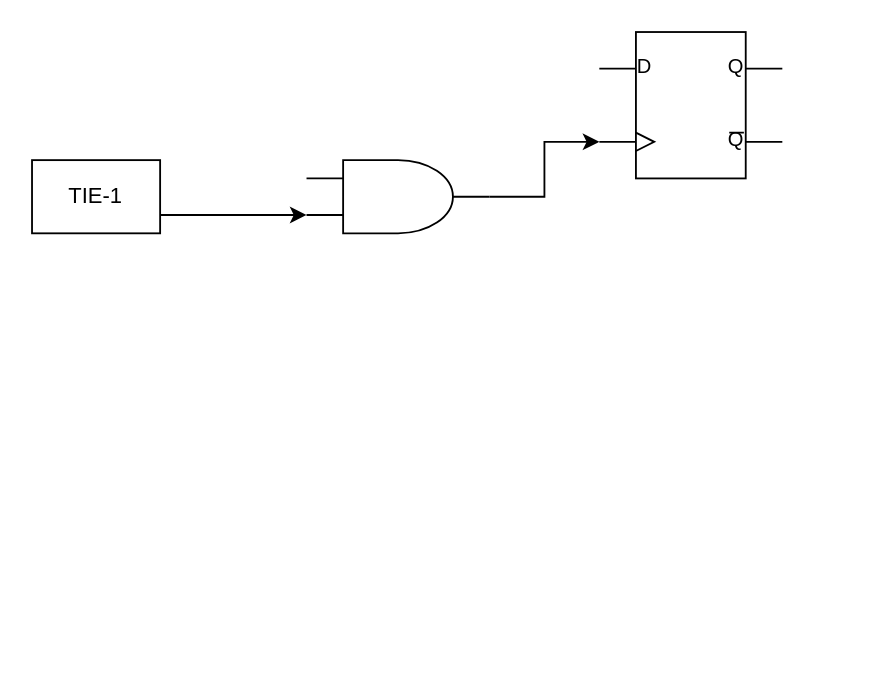
Above: Untitled Diagram.drawio in Gao-June/TCP_IP_network-programming (draw.io), before the change. Source tidied: cells renumbered, new cells numbered last; positions are measured from the earlier drawing's top-left corner, leaving out a move shared by most shapes. Both pictures are drawn from the tidied source at 183%, with x=0, y=0 at pixel (31, 31).
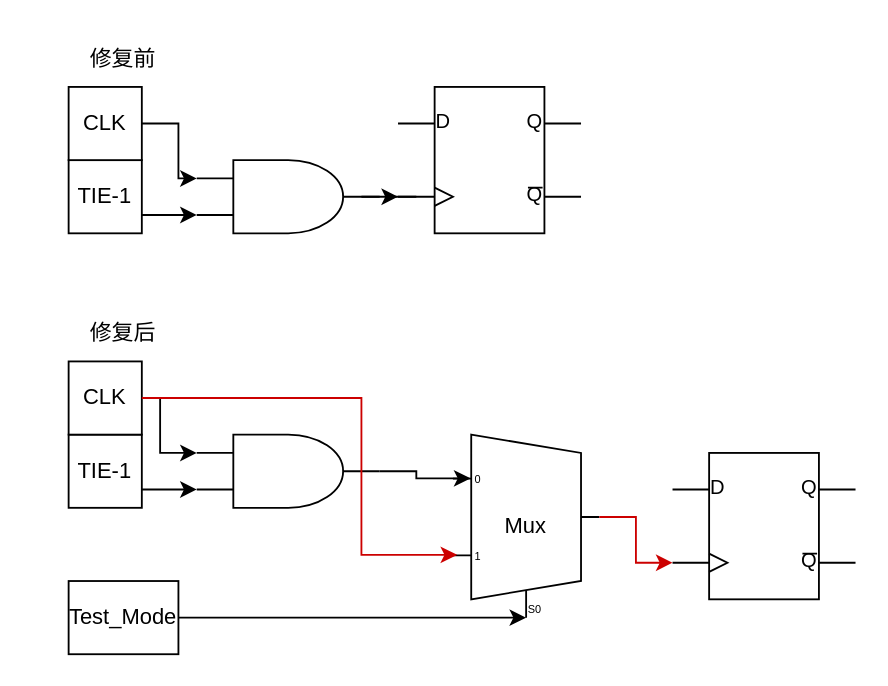
The same page after the edit.

Diff of the diagram source:
```diff
@@
     <mxCell id="2" style="verticalLabelPosition=bottom;shadow=0;dashed=0;align=center;html=1;verticalAlign=top;shape=mxgraph.electrical.logic_gates.logic_gate;operation=and;" parent="1" vertex="1">
-      <mxGeometry x="150" y="70" width="100" height="40" as="geometry" />
+      <mxGeometry x="90" y="70" width="100" height="40" as="geometry" />
     </mxCell>
     <mxCell id="3" style="verticalLabelPosition=bottom;shadow=0;dashed=0;align=center;html=1;verticalAlign=top;shape=mxgraph.electrical.logic_gates.d_type_flip-flop;" parent="1" vertex="1">
-      <mxGeometry x="310" width="100" height="80" as="geometry" />
+      <mxGeometry x="200" y="30" width="100" height="80" as="geometry" />
     </mxCell>
-    <mxCell id="4" style="edgeStyle=orthogonalEdgeStyle;rounded=0;jettySize=auto;html=1;entryX=0;entryY=0.75;entryDx=0;entryDy=0;entryPerimeter=0;" parent="1" edge="1" source="2" target="3">
-      <mxGeometry relative="1" as="geometry" />
-    </mxCell>
     <mxCell id="5" value="TIE-1" style="rounded=0;whiteSpace=wrap;html=1;" parent="1" vertex="1">
-      <mxGeometry y="70" width="70" height="40" as="geometry" />
+      <mxGeometry x="20" y="70" width="40" height="40" as="geometry" />
     </mxCell>
@@
+    <mxCell id="7" value="CLK" style="rounded=0;whiteSpace=wrap;html=1;" parent="1" vertex="1">
+      <mxGeometry x="20" y="30" width="40" height="40" as="geometry" />
+    </mxCell>
+    <mxCell id="8" style="edgeStyle=orthogonalEdgeStyle;rounded=0;jettySize=auto;html=1;entryX=0;entryY=0.25;entryDx=0;entryDy=0;entryPerimeter=0;" parent="1" edge="1" source="7" target="2">
+      <mxGeometry relative="1" as="geometry" />
+    </mxCell>
+    <mxCell id="4" style="edgeStyle=orthogonalEdgeStyle;rounded=0;jettySize=auto;html=1;entryX=0;entryY=0.75;entryDx=0;entryDy=0;entryPerimeter=0;" parent="1" edge="1" source="2" target="3">
+      <mxGeometry relative="1" as="geometry" />
+    </mxCell>
+    <mxCell id="9" value="修复前" style="text;html=1;align=center;verticalAlign=middle;whiteSpace=wrap;rounded=0;" parent="1" vertex="1">
+      <mxGeometry x="20" width="60" height="30" as="geometry" />
+    </mxCell>
+    <mxCell id="10" style="verticalLabelPosition=bottom;shadow=0;dashed=0;align=center;html=1;verticalAlign=top;shape=mxgraph.electrical.logic_gates.logic_gate;operation=and;" parent="1" vertex="1">
+      <mxGeometry x="90" y="220" width="100" height="40" as="geometry" />
+    </mxCell>
+    <mxCell id="11" style="verticalLabelPosition=bottom;shadow=0;dashed=0;align=center;html=1;verticalAlign=top;shape=mxgraph.electrical.logic_gates.d_type_flip-flop;" parent="1" vertex="1">
+      <mxGeometry x="350" y="230" width="100" height="80" as="geometry" />
+    </mxCell>
+    <mxCell id="12" value="TIE-1" style="rounded=0;whiteSpace=wrap;html=1;" parent="1" vertex="1">
+      <mxGeometry x="20" y="220" width="40" height="40" as="geometry" />
+    </mxCell>
+    <mxCell id="13" style="edgeStyle=orthogonalEdgeStyle;rounded=0;jettySize=auto;html=1;entryX=0;entryY=0.75;entryDx=0;entryDy=0;entryPerimeter=0;exitX=1;exitY=0.75;exitDx=0;exitDy=0;" parent="1" edge="1" source="12" target="10">
+      <mxGeometry relative="1" as="geometry" />
+    </mxCell>
+    <mxCell id="14" value="CLK" style="rounded=0;whiteSpace=wrap;html=1;" parent="1" vertex="1">
+      <mxGeometry x="20" y="180" width="40" height="40" as="geometry" />
+    </mxCell>
+    <mxCell id="15" style="edgeStyle=orthogonalEdgeStyle;rounded=0;jettySize=auto;html=1;entryX=0;entryY=0.25;entryDx=0;entryDy=0;entryPerimeter=0;" parent="1" edge="1" source="14" target="10">
+      <mxGeometry relative="1" as="geometry">
+        <Array as="points">
+          <mxPoint x="70" y="200" />
+          <mxPoint x="70" y="230" />
+        </Array>
+      </mxGeometry>
+    </mxCell>
+    <mxCell id="16" value="修复后" style="text;html=1;align=center;verticalAlign=middle;whiteSpace=wrap;rounded=0;" parent="1" vertex="1">
+      <mxGeometry x="20" y="150" width="60" height="30" as="geometry" />
+    </mxCell>
+    <mxCell id="17" value="Mux" style="shadow=0;dashed=0;align=center;html=1;strokeWidth=1;shape=mxgraph.electrical.abstract.mux2;whiteSpace=wrap;" parent="1" vertex="1">
+      <mxGeometry x="230" y="220" width="80" height="100" as="geometry" />
+    </mxCell>
+    <mxCell id="18" style="edgeStyle=orthogonalEdgeStyle;rounded=0;jettySize=auto;html=1;entryX=0.12;entryY=0.239;entryDx=0;entryDy=0;entryPerimeter=0;" parent="1" edge="1" source="10" target="17">
+      <mxGeometry relative="1" as="geometry">
+        <Array as="points">
+          <mxPoint x="210" y="240" />
+          <mxPoint x="210" y="244" />
+        </Array>
+      </mxGeometry>
+    </mxCell>
+    <mxCell id="19" style="edgeStyle=orthogonalEdgeStyle;rounded=0;jettySize=auto;html=1;entryX=0.029;entryY=0.657;entryDx=0;entryDy=0;entryPerimeter=0;strokeColor=#CC0000;" parent="1" edge="1" source="14" target="17">
+      <mxGeometry relative="1" as="geometry">
+        <Array as="points">
+          <mxPoint x="180" y="200" />
+          <mxPoint x="180" y="286" />
+        </Array>
+      </mxGeometry>
+    </mxCell>
+    <mxCell id="20" value="Test_Mode" style="rounded=0;whiteSpace=wrap;html=1;" parent="1" vertex="1">
+      <mxGeometry x="20" y="300" width="60" height="40" as="geometry" />
+    </mxCell>
+    <mxCell id="21" style="edgeStyle=orthogonalEdgeStyle;rounded=0;jettySize=auto;html=1;entryX=0.375;entryY=1;entryDx=10;entryDy=0;entryPerimeter=0;exitX=1;exitY=0.5;exitDx=0;exitDy=0;" parent="1" edge="1" source="20" target="17">
+      <mxGeometry relative="1" as="geometry">
+        <Array as="points">
+          <mxPoint x="270" y="320" />
+        </Array>
+      </mxGeometry>
+    </mxCell>
+    <mxCell id="22" style="edgeStyle=orthogonalEdgeStyle;rounded=0;jettySize=auto;html=1;exitX=1;exitY=0.5;exitDx=0;exitDy=-5;exitPerimeter=0;entryX=0;entryY=0.75;entryDx=0;entryDy=0;entryPerimeter=0;strokeColor=#CC0000;" parent="1" edge="1" source="17" target="11">
+      <mxGeometry relative="1" as="geometry" />
+    </mxCell>
```
